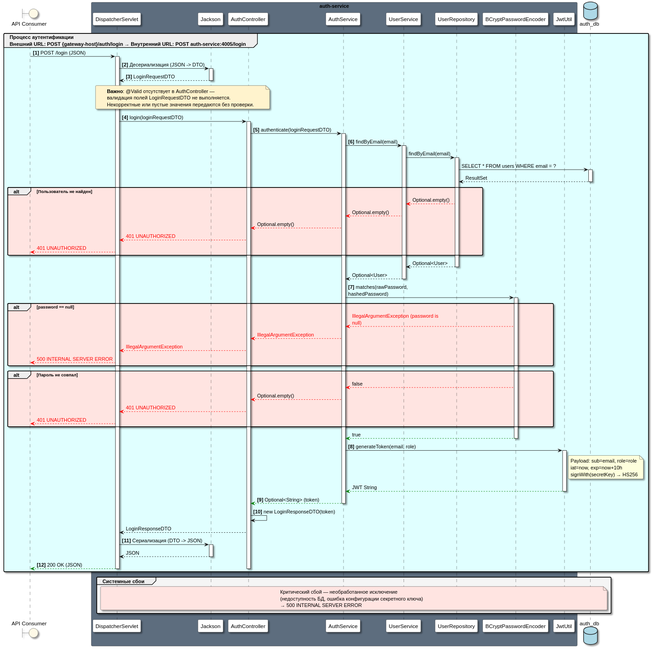
Before: Docs/As-is/Diagrams/POST.login.svg, a diagram exported from PlantUML (ni1a207/Healthcare-System).
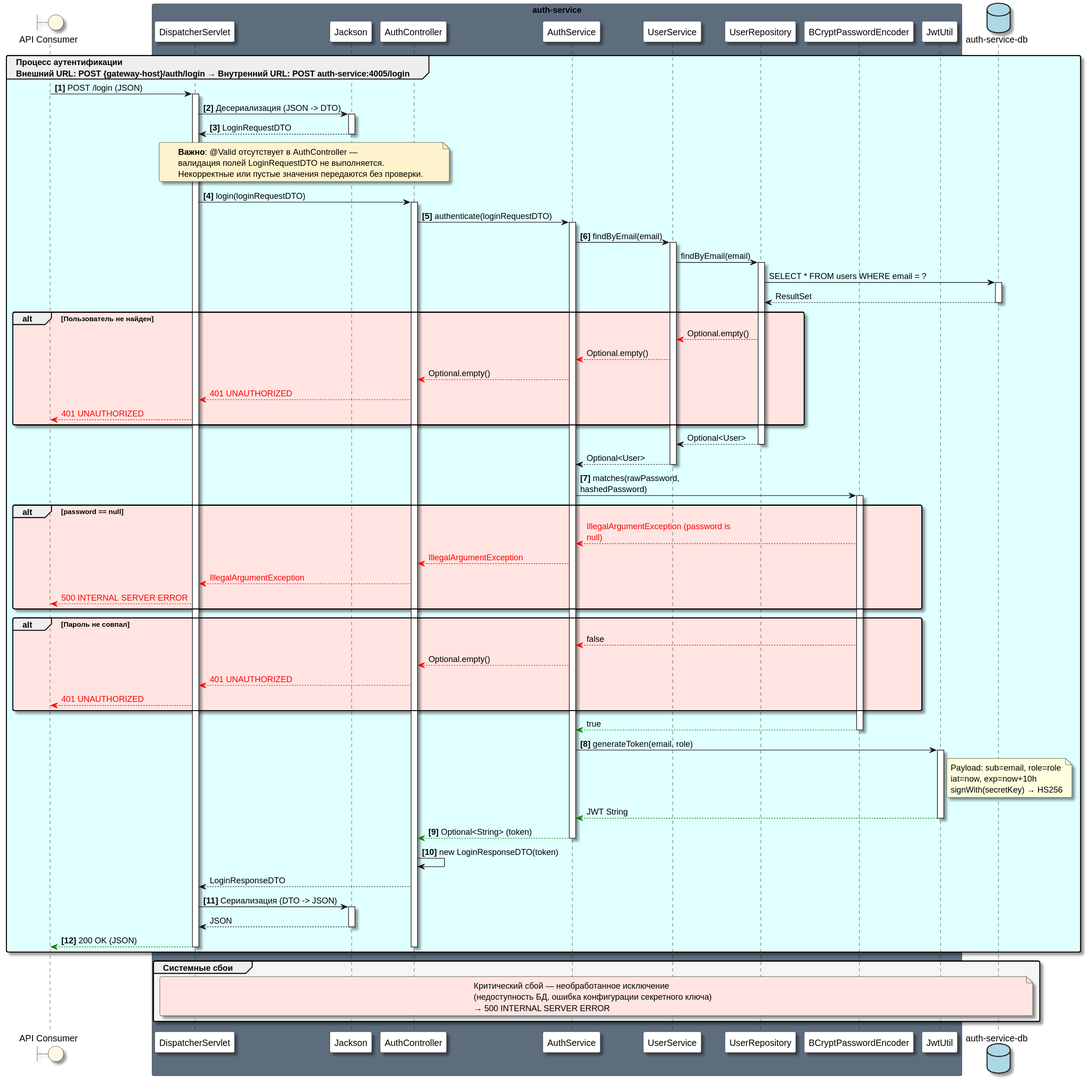
The same diagram one commit later.

What changed in the source:
```diff
@@ -16,7 +16,7 @@
     participant "JwtUtil" as Jwt #White
 end box
 
-database "auth_db" as DB #LightBlue
+database "auth-service-db" as DB #LightBlue
 
 group #LightCyan Процесс аутентификации\nВнешний URL: POST {gateway-host}/auth/login → Внутренний URL: POST auth-service:4005/login
 
```
